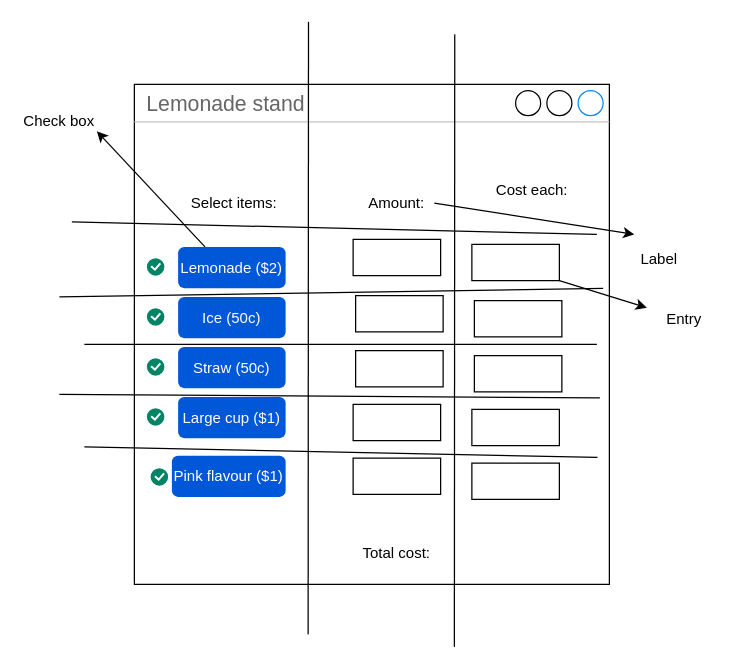
Earlier version of the draw.io diagram lemonade.drawio (MAL-12DGT-2025/tkinter-projects-oa22010). Source tidied: cells renumbered, new cells numbered last; positions are measured from the earlier drawing's top-left corner, leaving out a move shared by most shapes. Both pictures are drawn from the tidied source at 125%, with x=0, y=0 at pixel (21, 21).
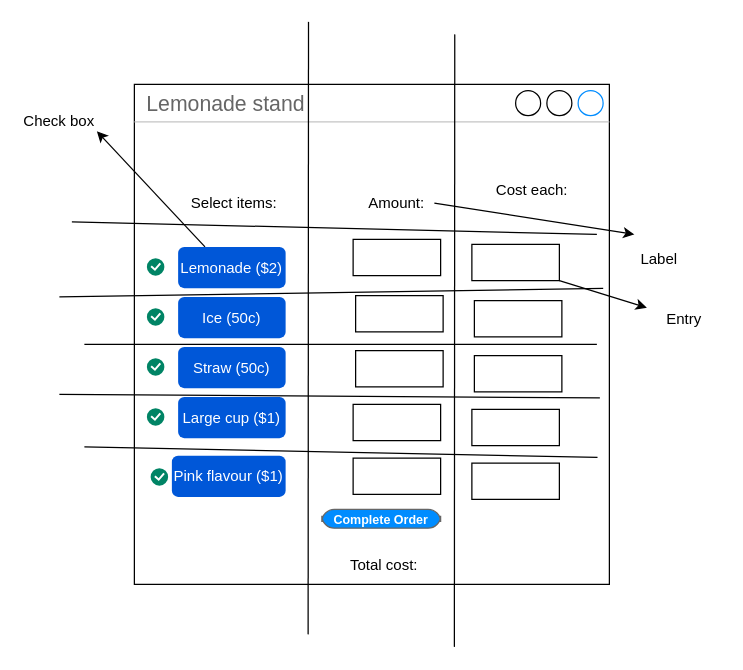
The same page after the edit.

Commit message (it also covers changes not shown here):
Created first working version of lemonade stand

What changed in the source:
```diff
@@
     <mxCell id="28" value="Total cost:" style="text;html=1;align=center;verticalAlign=middle;whiteSpace=wrap;rounded=0;" parent="1" vertex="1">
-      <mxGeometry x="270" y="410" width="60" height="30" as="geometry" />
+      <mxGeometry x="260" y="420" width="60" height="30" as="geometry" />
     </mxCell>
@@
+    <mxCell id="40" value="Complete Order" style="strokeWidth=1;shadow=0;dashed=0;align=center;html=1;shape=mxgraph.mockup.buttons.button;strokeColor=#666666;fontColor=#ffffff;mainText=;buttonStyle=round;fontSize=10;fontStyle=1;fillColor=#008cff;whiteSpace=wrap;" parent="1" vertex="1">
+      <mxGeometry x="240" y="390" width="95" height="15" as="geometry" />
+    </mxCell>
```
